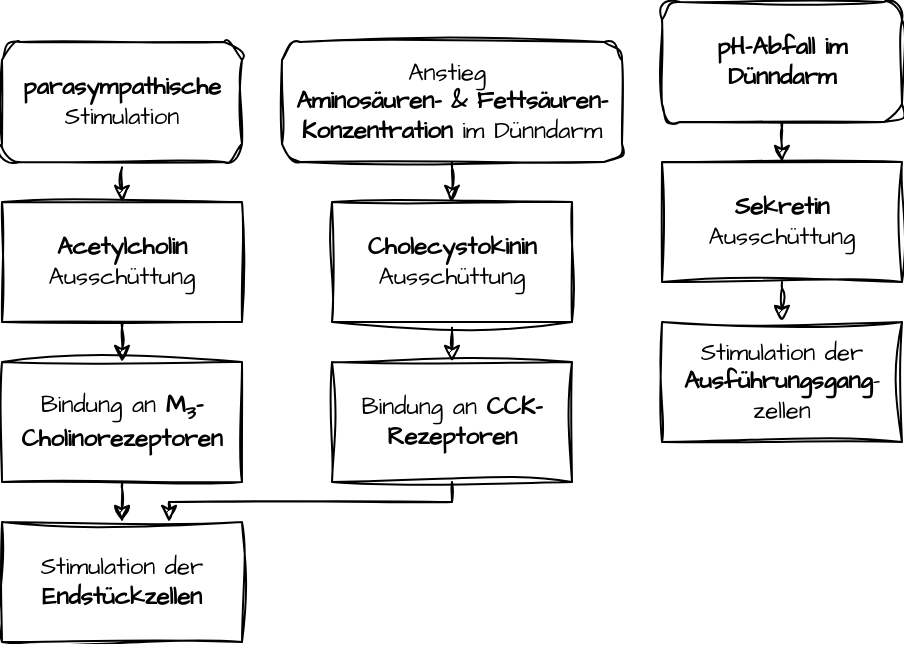
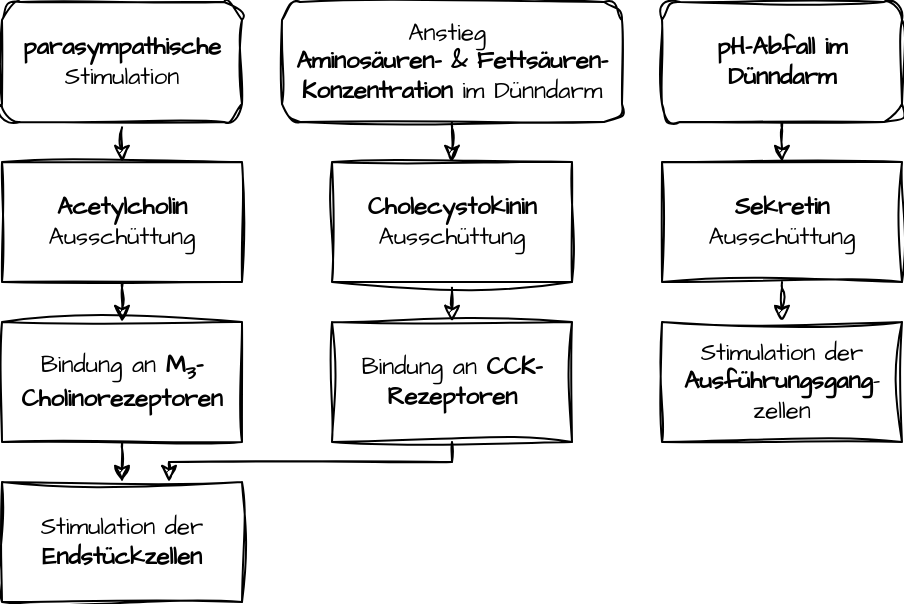
<mxfile host="app.diagrams.net">
  <diagram name="Seite-1" id="ey3t9IXDo93j5PSq9fwC">
    <mxGraphModel dx="845" dy="524" grid="1" gridSize="10" guides="1" tooltips="1" connect="1" arrows="1" fold="1" page="1" pageScale="1" pageWidth="1169" pageHeight="1169" math="0" shadow="0">
      <root>
        <mxCell id="0" />
        <mxCell id="1" parent="0" />
        <mxCell id="BMKNRK3t5NuxuYZZY4nv-9" edge="1" parent="1" source="BMKNRK3t5NuxuYZZY4nv-1" style="rounded=0;sketch=1;hachureGap=4;jiggle=2;curveFitting=1;orthogonalLoop=1;jettySize=auto;html=1;fontFamily=Architects Daughter;fontSource=https%3A%2F%2Ffonts.googleapis.com%2Fcss%3Ffamily%3DArchitects%2BDaughter;exitX=0.5;exitY=1;entryX=0.5;entryY=0;edgeStyle=orthogonalEdgeStyle;" target="BMKNRK3t5NuxuYZZY4nv-2">
          <mxGeometry relative="1" as="geometry">
            <Array as="points">
              <mxPoint x="160" y="303" />
            </Array>
          </mxGeometry>
        </mxCell>
        <mxCell id="BMKNRK3t5NuxuYZZY4nv-1" parent="1" style="rounded=1;whiteSpace=wrap;html=1;sketch=1;hachureGap=4;jiggle=2;curveFitting=1;fontFamily=Architects Daughter;fontSource=https%3A%2F%2Ffonts.googleapis.com%2Fcss%3Ffamily%3DArchitects%2BDaughter;" value="&lt;b&gt;parasympathische&lt;/b&gt; Stimulation" vertex="1">
          <mxGeometry height="60" width="120" x="100" y="240" as="geometry" />
        </mxCell>
        <mxCell id="BMKNRK3t5NuxuYZZY4nv-10" edge="1" parent="1" source="BMKNRK3t5NuxuYZZY4nv-2" style="rounded=0;sketch=1;hachureGap=4;jiggle=2;curveFitting=1;orthogonalLoop=1;jettySize=auto;html=1;fontFamily=Architects Daughter;fontSource=https%3A%2F%2Ffonts.googleapis.com%2Fcss%3Ffamily%3DArchitects%2BDaughter;exitX=0.5;exitY=1;entryX=0.5;entryY=0;edgeStyle=orthogonalEdgeStyle;" target="BMKNRK3t5NuxuYZZY4nv-3">
          <mxGeometry relative="1" as="geometry">
            <Array as="points">
              <mxPoint x="160" y="383" />
            </Array>
          </mxGeometry>
        </mxCell>
        <mxCell id="BMKNRK3t5NuxuYZZY4nv-2" parent="1" style="whiteSpace=wrap;html=1;sketch=1;hachureGap=4;jiggle=2;curveFitting=1;fontFamily=Architects Daughter;fontSource=https%3A%2F%2Ffonts.googleapis.com%2Fcss%3Ffamily%3DArchitects%2BDaughter;" value="&lt;b&gt;Acetylcholin&lt;/b&gt;&lt;br&gt;Ausschüttung" vertex="1">
          <mxGeometry height="60" width="120" x="100" y="320" as="geometry" />
        </mxCell>
        <mxCell id="BMKNRK3t5NuxuYZZY4nv-11" edge="1" parent="1" source="BMKNRK3t5NuxuYZZY4nv-3" style="rounded=0;sketch=1;hachureGap=4;jiggle=2;curveFitting=1;orthogonalLoop=1;jettySize=auto;html=1;fontFamily=Architects Daughter;fontSource=https%3A%2F%2Ffonts.googleapis.com%2Fcss%3Ffamily%3DArchitects%2BDaughter;exitX=0.5;exitY=1;entryX=0.5;entryY=0;edgeStyle=orthogonalEdgeStyle;" target="BMKNRK3t5NuxuYZZY4nv-4">
          <mxGeometry relative="1" as="geometry">
            <Array as="points">
              <mxPoint x="160" y="463" />
            </Array>
          </mxGeometry>
        </mxCell>
        <mxCell id="BMKNRK3t5NuxuYZZY4nv-3" parent="1" style="whiteSpace=wrap;html=1;sketch=1;hachureGap=4;jiggle=2;curveFitting=1;fontFamily=Architects Daughter;fontSource=https%3A%2F%2Ffonts.googleapis.com%2Fcss%3Ffamily%3DArchitects%2BDaughter;" value="Bindung an &lt;b&gt;M&lt;sub&gt;3&lt;/sub&gt;-Cholinorezeptoren&lt;/b&gt;" vertex="1">
          <mxGeometry height="60" width="120" x="100" y="400" as="geometry" />
        </mxCell>
        <mxCell id="BMKNRK3t5NuxuYZZY4nv-4" parent="1" style="whiteSpace=wrap;html=1;sketch=1;hachureGap=4;jiggle=2;curveFitting=1;fontFamily=Architects Daughter;fontSource=https%3A%2F%2Ffonts.googleapis.com%2Fcss%3Ffamily%3DArchitects%2BDaughter;" value="Stimulation der &lt;b&gt;Endstückzellen&lt;/b&gt;" vertex="1">
          <mxGeometry height="60" width="120" x="100" y="480" as="geometry" />
        </mxCell>
        <mxCell id="BMKNRK3t5NuxuYZZY4nv-13" edge="1" parent="1" source="BMKNRK3t5NuxuYZZY4nv-6" style="rounded=0;sketch=1;hachureGap=4;jiggle=2;curveFitting=1;orthogonalLoop=1;jettySize=auto;html=1;fontFamily=Architects Daughter;fontSource=https%3A%2F%2Ffonts.googleapis.com%2Fcss%3Ffamily%3DArchitects%2BDaughter;exitX=0.5;exitY=1;entryX=0.5;entryY=0;edgeStyle=orthogonalEdgeStyle;" target="BMKNRK3t5NuxuYZZY4nv-7">
          <mxGeometry relative="1" as="geometry">
            <Array as="points">
              <mxPoint x="325" y="303" />
            </Array>
          </mxGeometry>
        </mxCell>
        <mxCell id="BMKNRK3t5NuxuYZZY4nv-6" parent="1" style="rounded=1;whiteSpace=wrap;html=1;sketch=1;hachureGap=4;jiggle=2;curveFitting=1;fontFamily=Architects Daughter;fontSource=https%3A%2F%2Ffonts.googleapis.com%2Fcss%3Ffamily%3DArchitects%2BDaughter;" value="Anstieg&amp;nbsp;&lt;br&gt;&lt;b&gt;Aminosäuren- &amp;amp; Fettsäuren-Konzentration&lt;/b&gt;&amp;nbsp;im Dünndarm" vertex="1">
          <mxGeometry height="60" width="170" x="240" y="240" as="geometry" />
        </mxCell>
        <mxCell id="BMKNRK3t5NuxuYZZY4nv-12" edge="1" parent="1" source="BMKNRK3t5NuxuYZZY4nv-7" style="rounded=0;sketch=1;hachureGap=4;jiggle=2;curveFitting=1;orthogonalLoop=1;jettySize=auto;html=1;fontFamily=Architects Daughter;fontSource=https%3A%2F%2Ffonts.googleapis.com%2Fcss%3Ffamily%3DArchitects%2BDaughter;exitX=0.5;exitY=1;entryX=0.5;entryY=0;edgeStyle=orthogonalEdgeStyle;" target="BMKNRK3t5NuxuYZZY4nv-8">
          <mxGeometry relative="1" as="geometry">
            <Array as="points">
              <mxPoint x="325" y="383" />
            </Array>
          </mxGeometry>
        </mxCell>
        <mxCell id="BMKNRK3t5NuxuYZZY4nv-7" parent="1" style="whiteSpace=wrap;html=1;sketch=1;hachureGap=4;jiggle=2;curveFitting=1;fontFamily=Architects Daughter;fontSource=https%3A%2F%2Ffonts.googleapis.com%2Fcss%3Ffamily%3DArchitects%2BDaughter;" value="&lt;div&gt;&lt;b&gt;Cholecystokinin&lt;/b&gt;&lt;/div&gt;&lt;div&gt;Ausschüttung&lt;/div&gt;" vertex="1">
          <mxGeometry height="60" width="120" x="265" y="320" as="geometry" />
        </mxCell>
        <mxCell id="BMKNRK3t5NuxuYZZY4nv-19" edge="1" parent="1" source="BMKNRK3t5NuxuYZZY4nv-8" style="rounded=0;sketch=1;hachureGap=4;jiggle=2;curveFitting=1;orthogonalLoop=1;jettySize=auto;html=1;entryDx=0;entryDy=0;fontFamily=Architects Daughter;fontSource=https%3A%2F%2Ffonts.googleapis.com%2Fcss%3Ffamily%3DArchitects%2BDaughter;exitX=0.5;exitY=1;entryX=0.6958;entryY=0;edgeStyle=orthogonalEdgeStyle;" target="BMKNRK3t5NuxuYZZY4nv-4">
          <mxGeometry relative="1" as="geometry">
            <Array as="points">
              <mxPoint x="325" y="470" />
              <mxPoint x="184" y="470" />
            </Array>
          </mxGeometry>
        </mxCell>
        <mxCell id="BMKNRK3t5NuxuYZZY4nv-8" parent="1" style="whiteSpace=wrap;html=1;sketch=1;hachureGap=4;jiggle=2;curveFitting=1;fontFamily=Architects Daughter;fontSource=https%3A%2F%2Ffonts.googleapis.com%2Fcss%3Ffamily%3DArchitects%2BDaughter;" value="Bindung an &lt;b&gt;CCK-Rezeptoren&lt;/b&gt;" vertex="1">
          <mxGeometry height="60" width="120" x="265" y="400" as="geometry" />
        </mxCell>
        <mxCell id="BMKNRK3t5NuxuYZZY4nv-16" edge="1" parent="1" source="BMKNRK3t5NuxuYZZY4nv-14" style="rounded=0;sketch=1;hachureGap=4;jiggle=2;curveFitting=1;orthogonalLoop=1;jettySize=auto;html=1;fontFamily=Architects Daughter;fontSource=https%3A%2F%2Ffonts.googleapis.com%2Fcss%3Ffamily%3DArchitects%2BDaughter;exitX=0.5;exitY=1;entryX=0.5;entryY=0;edgeStyle=orthogonalEdgeStyle;" target="BMKNRK3t5NuxuYZZY4nv-15">
          <mxGeometry relative="1" as="geometry">
            <Array as="points">
-               <mxPoint x="490" y="283" />
+               <mxPoint x="490" y="303" />
            </Array>
          </mxGeometry>
        </mxCell>
        <mxCell id="BMKNRK3t5NuxuYZZY4nv-14" parent="1" style="rounded=1;whiteSpace=wrap;html=1;sketch=1;hachureGap=4;jiggle=2;curveFitting=1;fontFamily=Architects Daughter;fontSource=https%3A%2F%2Ffonts.googleapis.com%2Fcss%3Ffamily%3DArchitects%2BDaughter;fontStyle=1" value="pH-Abfall im Dünndarm" vertex="1">
-           <mxGeometry height="60" width="120" x="430" y="220" as="geometry" />
+           <mxGeometry height="60" width="120" x="430" y="240" as="geometry" />
        </mxCell>
        <mxCell id="BMKNRK3t5NuxuYZZY4nv-18" edge="1" parent="1" source="BMKNRK3t5NuxuYZZY4nv-15" style="rounded=0;sketch=1;hachureGap=4;jiggle=2;curveFitting=1;orthogonalLoop=1;jettySize=auto;html=1;fontFamily=Architects Daughter;fontSource=https%3A%2F%2Ffonts.googleapis.com%2Fcss%3Ffamily%3DArchitects%2BDaughter;exitX=0.5;exitY=1;entryX=0.5;entryY=0;edgeStyle=orthogonalEdgeStyle;" target="BMKNRK3t5NuxuYZZY4nv-17">
          <mxGeometry relative="1" as="geometry">
            <Array as="points">
-               <mxPoint x="490" y="363" />
+               <mxPoint x="490" y="383" />
            </Array>
          </mxGeometry>
        </mxCell>
        <mxCell id="BMKNRK3t5NuxuYZZY4nv-15" parent="1" style="whiteSpace=wrap;html=1;sketch=1;hachureGap=4;jiggle=2;curveFitting=1;fontFamily=Architects Daughter;fontSource=https%3A%2F%2Ffonts.googleapis.com%2Fcss%3Ffamily%3DArchitects%2BDaughter;" value="&lt;div&gt;&lt;b&gt;Sekretin&lt;/b&gt;&lt;/div&gt;Ausschüttung" vertex="1">
-           <mxGeometry height="60" width="120" x="430" y="300" as="geometry" />
+           <mxGeometry height="60" width="120" x="430" y="320" as="geometry" />
        </mxCell>
        <mxCell id="BMKNRK3t5NuxuYZZY4nv-17" parent="1" style="whiteSpace=wrap;html=1;sketch=1;hachureGap=4;jiggle=2;curveFitting=1;fontFamily=Architects Daughter;fontSource=https%3A%2F%2Ffonts.googleapis.com%2Fcss%3Ffamily%3DArchitects%2BDaughter;" value="Stimulation der&lt;br&gt;&lt;b&gt;Ausführungsgang&lt;/b&gt;-zellen" vertex="1">
-           <mxGeometry height="60" width="120" x="430" y="380" as="geometry" />
+           <mxGeometry height="60" width="120" x="430" y="400" as="geometry" />
        </mxCell>
      </root>
    </mxGraphModel>
  </diagram>
</mxfile>
